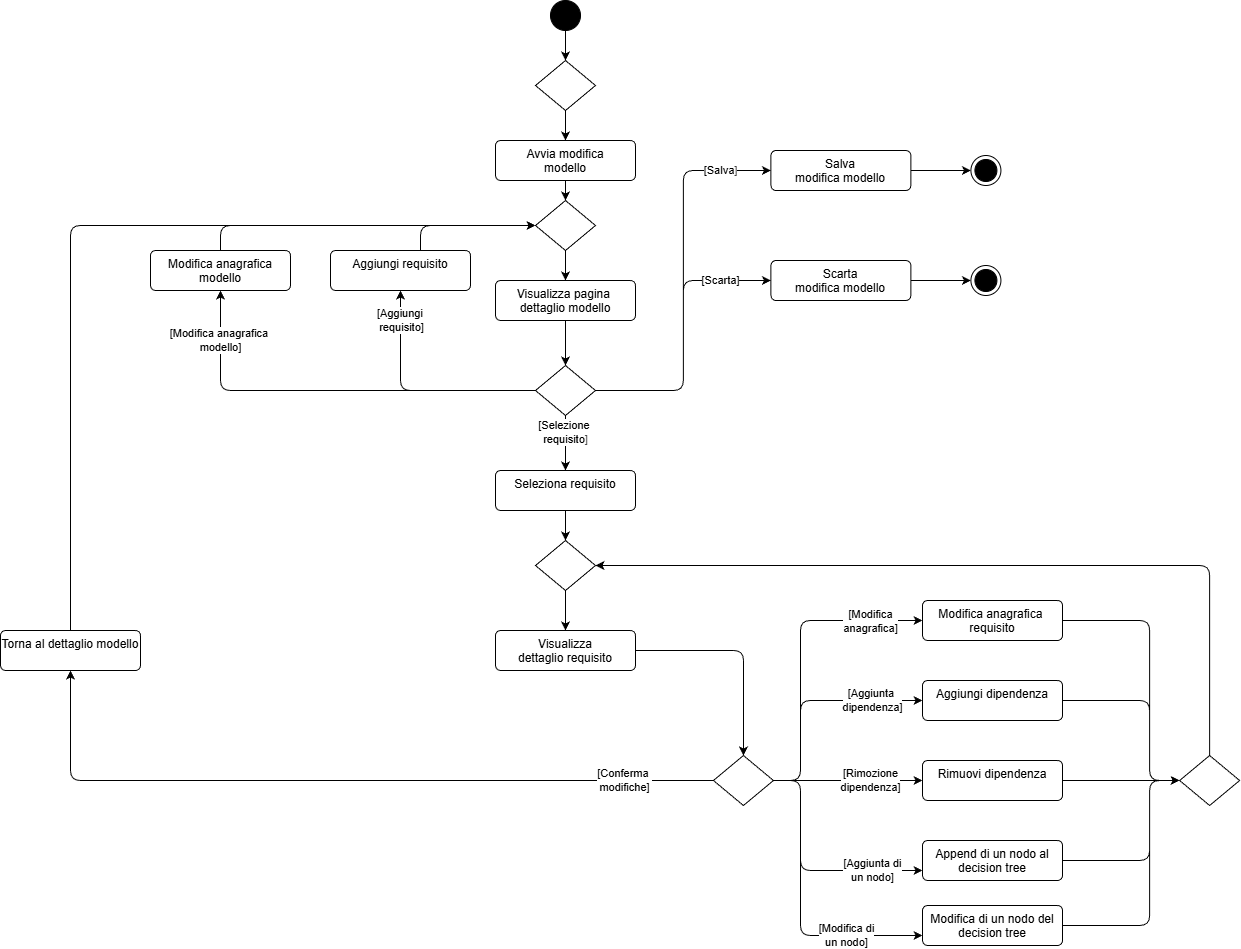
Above: src/RTB/DocumentazioneEsterna/Analisi_dei_Requisiti/content/use_case/diagrammi-attivita/images/modifica-struttura-modello.drawio.png in GroupRubberDuck/Documentazione (draw.io), before the change. Source tidied: cells renumbered, new cells last; positions are measured from the earlier drawing's top-left corner, leaving out a move shared by most shapes.
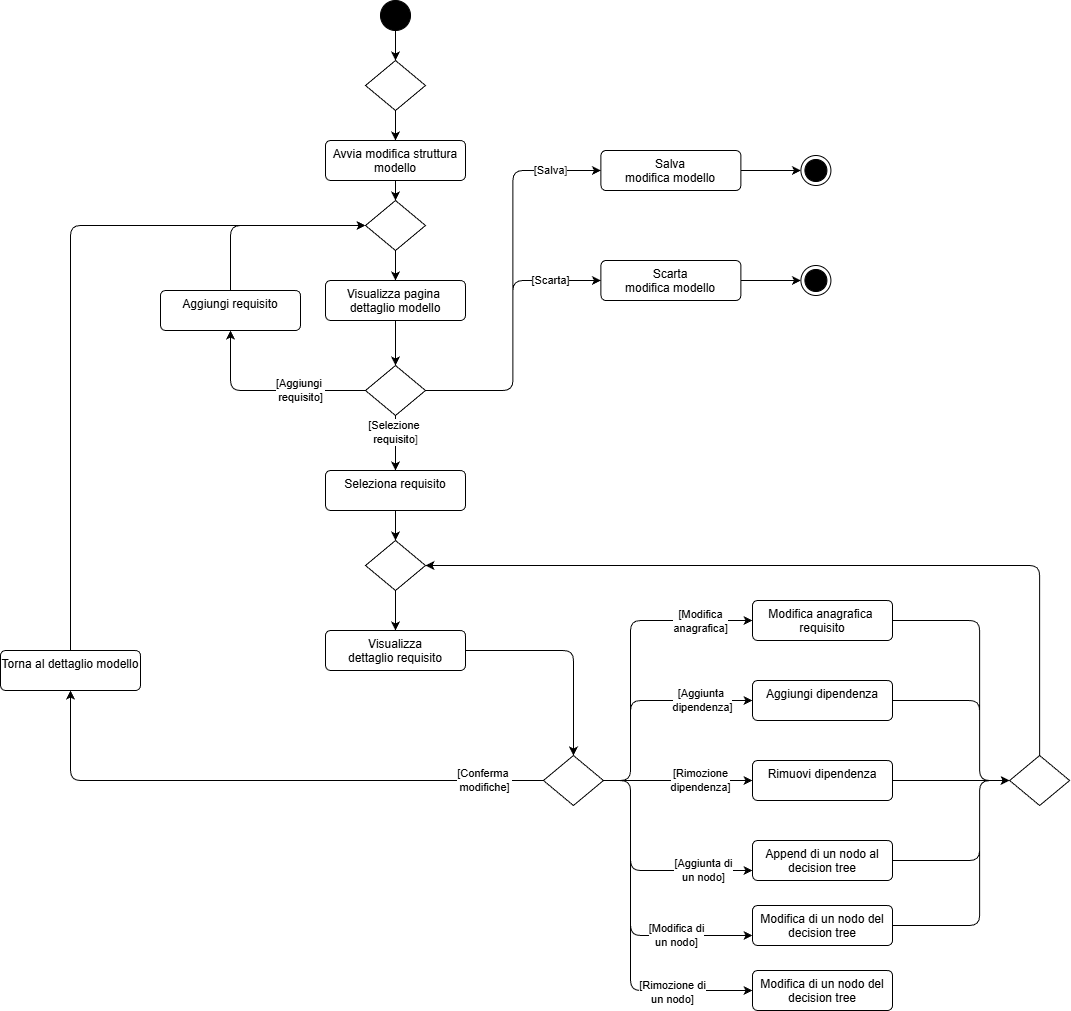
The same file after the commit.

What changed in the source:
```diff
@@ -8,7 +8,7 @@
     <mxCell id="3" style="ellipse;fillColor=strokeColor;html=1;" parent="1" vertex="1">
       <mxGeometry x="550" width="30" height="30" as="geometry" />
     </mxCell>
-    <mxCell id="4" value="&lt;div&gt;&lt;font color=&quot;#000000&quot;&gt;Avvia modifica&lt;br&gt;&lt;/font&gt;modello&lt;/div&gt;" style="html=1;align=center;verticalAlign=top;rounded=1;absoluteArcSize=1;arcSize=10;dashed=0;whiteSpace=wrap;" parent="1" vertex="1">
+    <mxCell id="4" value="&lt;div&gt;&lt;font color=&quot;#000000&quot;&gt;Avvia modifica struttura&lt;br&gt;&lt;/font&gt;modello&lt;/div&gt;" style="html=1;align=center;verticalAlign=top;rounded=1;absoluteArcSize=1;arcSize=10;dashed=0;whiteSpace=wrap;" parent="1" vertex="1">
       <mxGeometry x="495" y="140" width="140" height="40" as="geometry" />
     </mxCell>
     <mxCell id="5" style="edgeStyle=none;html=1;" parent="1" edge="1" source="6" target="4">
@@ -51,7 +51,7 @@
     </mxCell>
     <mxCell id="17" value="[Aggiungi&amp;nbsp;&lt;br&gt;requisito]" style="edgeLabel;html=1;align=center;verticalAlign=middle;" parent="16" vertex="1">
       <mxGeometry x="-0.01" relative="1" as="geometry">
-        <mxPoint x="-18" y="-70" as="offset" />
+        <mxPoint x="31" as="offset" />
       </mxGeometry>
     </mxCell>
     <mxCell id="18" style="shape=rhombus;html=1;dashed=0;whiteSpace=wrap;perimeter=rhombusPerimeter;" parent="1" vertex="1">
@@ -121,12 +121,12 @@
     <mxCell id="35" style="edgeStyle=orthogonalEdgeStyle;html=1;entryX=0;entryY=0.5;entryDx=0;entryDy=0;" parent="1" edge="1" source="36" target="11">
       <mxGeometry relative="1" as="geometry">
         <Array as="points">
-          <mxPoint x="420" y="225" />
+          <mxPoint x="400" y="225" />
         </Array>
       </mxGeometry>
     </mxCell>
     <mxCell id="36" value="&lt;div&gt;&lt;font color=&quot;#000000&quot;&gt;Aggiungi requisito&lt;/font&gt;&lt;/div&gt;" style="html=1;align=center;verticalAlign=top;rounded=1;absoluteArcSize=1;arcSize=10;dashed=0;whiteSpace=wrap;" parent="1" vertex="1">
-      <mxGeometry x="330" y="250" width="140" height="40" as="geometry" />
+      <mxGeometry x="330" y="290" width="140" height="40" as="geometry" />
     </mxCell>
     <mxCell id="37" style="edgeStyle=orthogonalEdgeStyle;html=1;" parent="1" edge="1" source="39" target="45">
       <mxGeometry relative="1" as="geometry">
@@ -141,27 +141,17 @@
         <mxPoint x="70" y="-108" as="offset" />
       </mxGeometry>
     </mxCell>
+    <mxCell id="66" style="edgeStyle=orthogonalEdgeStyle;html=1;" parent="1" edge="1" source="39" target="68">
+      <mxGeometry relative="1" as="geometry">
+        <Array as="points">
+          <mxPoint x="800" y="780" />
+          <mxPoint x="800" y="990" />
+        </Array>
+      </mxGeometry>
+    </mxCell>
     <mxCell id="39" style="shape=rhombus;html=1;dashed=0;whiteSpace=wrap;perimeter=rhombusPerimeter;" parent="1" vertex="1">
       <mxGeometry x="712.9" y="755" width="60" height="50" as="geometry" />
     </mxCell>
-    <mxCell id="40" style="edgeStyle=orthogonalEdgeStyle;html=1;entryX=0;entryY=0.5;entryDx=0;entryDy=0;" parent="1" edge="1" source="41" target="11">
-      <mxGeometry relative="1" as="geometry">
-        <Array as="points">
-          <mxPoint x="220" y="225" />
-        </Array>
-      </mxGeometry>
-    </mxCell>
-    <mxCell id="41" value="&lt;div&gt;&lt;font color=&quot;#000000&quot;&gt;Modifica anagrafica modello&lt;/font&gt;&lt;/div&gt;" style="html=1;align=center;verticalAlign=top;rounded=1;absoluteArcSize=1;arcSize=10;dashed=0;whiteSpace=wrap;" parent="1" vertex="1">
-      <mxGeometry x="150" y="250" width="140" height="40" as="geometry" />
-    </mxCell>
-    <mxCell id="42" style="edgeStyle=orthogonalEdgeStyle;html=1;exitX=0;exitY=0.5;exitDx=0;exitDy=0;" parent="1" edge="1" source="18" target="41">
-      <mxGeometry relative="1" as="geometry" />
-    </mxCell>
-    <mxCell id="43" value="[Modifica anagrafica&amp;nbsp;&lt;div&gt;modello]&lt;/div&gt;" style="edgeLabel;html=1;align=center;verticalAlign=middle;" parent="42" vertex="1">
-      <mxGeometry x="-0.01" relative="1" as="geometry">
-        <mxPoint x="-109" y="-50" as="offset" />
-      </mxGeometry>
-    </mxCell>
     <mxCell id="44" style="edgeStyle=orthogonalEdgeStyle;html=1;" parent="1" edge="1" source="45" target="63">
       <mxGeometry relative="1" as="geometry">
         <Array as="points">
@@ -277,13 +267,20 @@
     <mxCell id="64" style="edgeStyle=orthogonalEdgeStyle;html=1;" parent="1" edge="1" source="65" target="11">
       <mxGeometry relative="1" as="geometry">
         <Array as="points">
-          <mxPoint x="70" y="490" />
-          <mxPoint x="70" y="225" />
+          <mxPoint x="240" y="225" />
         </Array>
       </mxGeometry>
     </mxCell>
     <mxCell id="65" value="Torna al dettaglio modello" style="html=1;align=center;verticalAlign=top;rounded=1;absoluteArcSize=1;arcSize=10;dashed=0;whiteSpace=wrap;" parent="1" vertex="1">
-      <mxGeometry y="630" width="140" height="40" as="geometry" />
+      <mxGeometry x="170" y="650" width="140" height="40" as="geometry" />
     </mxCell>
+    <mxCell id="67" value="[Rimozione di &lt;br&gt;un nodo]" style="edgeLabel;html=1;align=center;verticalAlign=middle;" parent="1" vertex="1">
+      <mxGeometry x="830" y="980" as="geometry">
+        <mxPoint x="12" y="12" as="offset" />
+      </mxGeometry>
+    </mxCell>
+    <mxCell id="68" value="Modifica di un nodo del decision tree" style="html=1;align=center;verticalAlign=top;rounded=1;absoluteArcSize=1;arcSize=10;dashed=0;whiteSpace=wrap;" parent="1" vertex="1">
+      <mxGeometry x="922" y="970" width="140" height="40" as="geometry" />
+    </mxCell>
   </root>
 </mxGraphModel>
```
